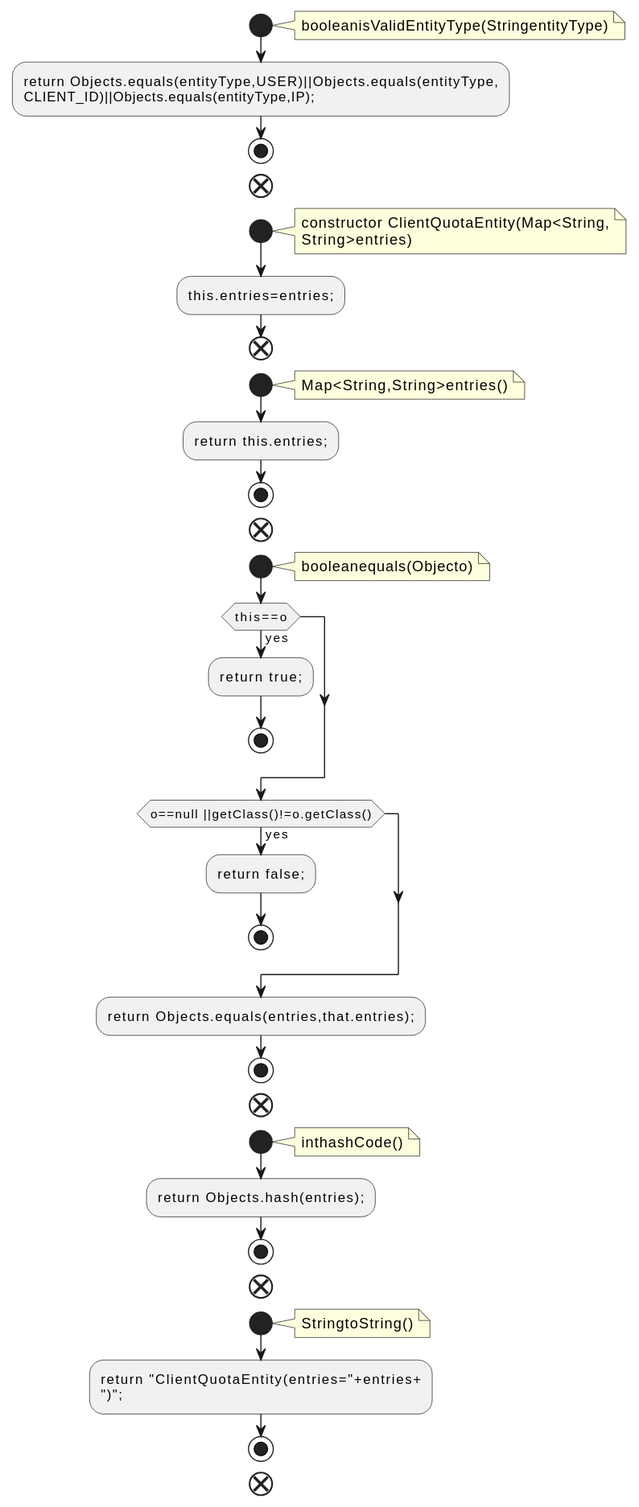
This is docs/qc/clients/src/main/java/org/apache/kafka/common/quota/ClientQuotaEntity.java.fct.svg from qualitesys/kafka, a PlantUML export, as it was before one commit.
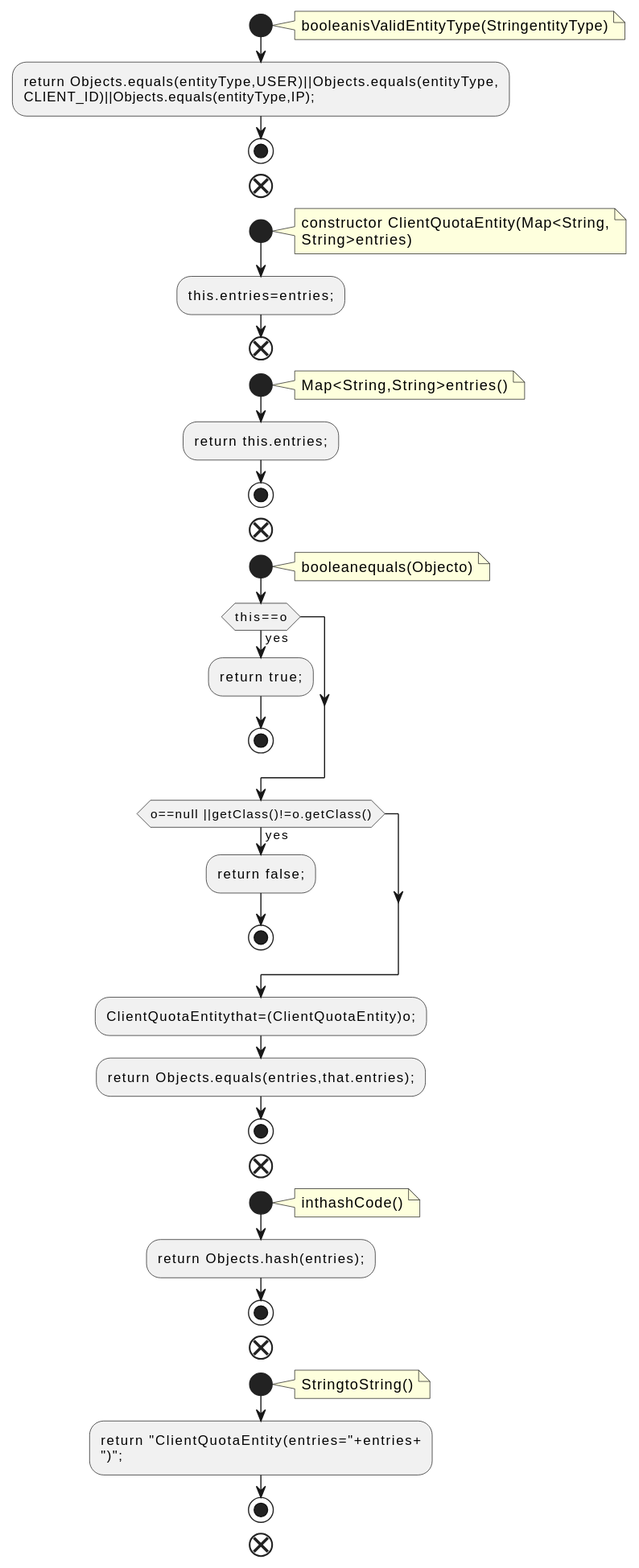
After the change.

What changed in the source:
```diff
@@ -34,6 +34,7 @@
 :return false;;
 stop
 endif
+:ClientQuotaEntitythat=(ClientQuotaEntity)o;;
 :return Objects.equals(entries,that.entries);;
 stop
 end
```
